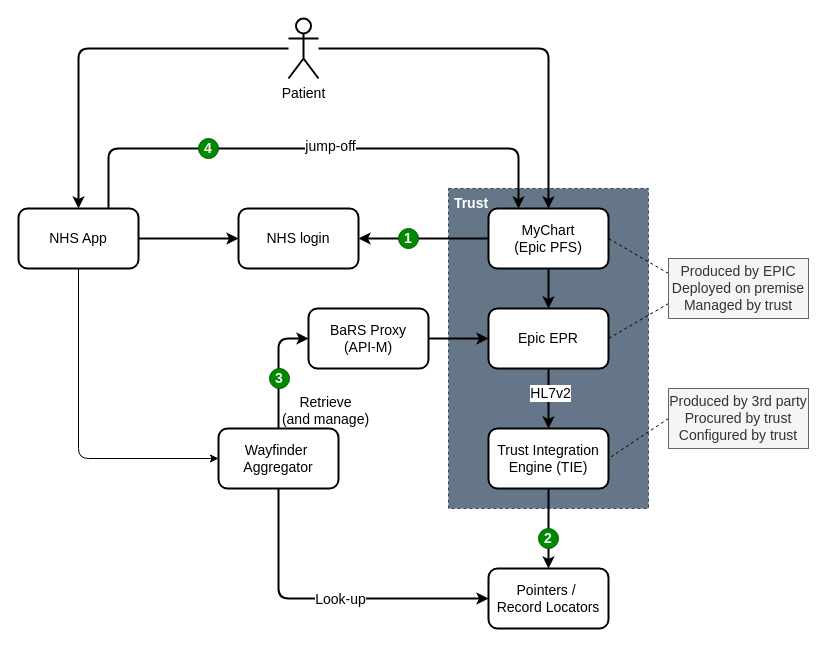
This is pages/images/Figure2.drawio from NHSDigital/nhse-epr-integration, a draw.io file, before an edit. Source tidied: cells renumbered, new cells numbered last; positions are measured from the earlier drawing's top-left corner, leaving out a move shared by most shapes. Both pictures are drawn from the tidied source at 100%, with x=0, y=0 at pixel (18, 18).
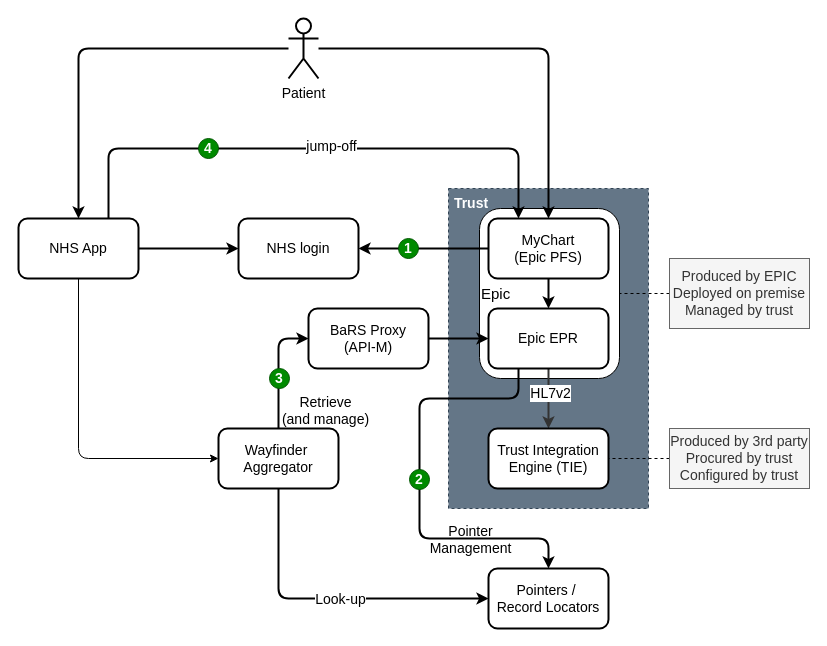
The same diagram, later.

Unchanged cells that the change refers to:
```xml
<mxCell id="5" value="Epic EPR" style="rounded=1;whiteSpace=wrap;html=1;strokeWidth=2;fontSize=14;" parent="1" vertex="1">
  <mxGeometry x="470" y="290" width="120" height="60" as="geometry" />
</mxCell>
<mxCell id="7" value="Trust Integration Engine (TIE)" style="rounded=1;whiteSpace=wrap;html=1;strokeWidth=2;fontSize=14;" parent="1" vertex="1">
  <mxGeometry x="470" y="410" width="120" height="60" as="geometry" />
</mxCell>
<mxCell id="13" value="Pointers /&amp;nbsp;&lt;div&gt;Record Locators&lt;/div&gt;" style="rounded=1;whiteSpace=wrap;html=1;strokeWidth=2;fontSize=14;" parent="1" vertex="1">
  <mxGeometry x="470" y="550" width="120" height="60" as="geometry" />
</mxCell>
```

The edit, as a diff of the source:
```diff
@@
+    <mxCell id="37" value="Epic" style="rounded=1;whiteSpace=wrap;html=1;fillColor=#FFFFFF;fontColor=#000000;align=left;fontSize=15;" parent="1" vertex="1">
+      <mxGeometry x="461" y="190" width="140" height="170" as="geometry" />
+    </mxCell>
-    <mxCell id="3" style="edgeStyle=orthogonalEdgeStyle;rounded=0;jettySize=auto;html=1;entryX=0.5;entryY=0;entryDx=0;entryDy=0;strokeWidth=2;fontSize=14;" parent="1" edge="1" source="5" target="7">
+    <mxCell id="3" style="edgeStyle=orthogonalEdgeStyle;rounded=0;jettySize=auto;html=1;entryX=0.5;entryY=0;entryDx=0;entryDy=0;strokeWidth=2;fontSize=14;strokeColor=#333333;" parent="1" edge="1" source="5" target="7">
       <mxGeometry relative="1" as="geometry" />
     </mxCell>
@@
-    <mxCell id="6" style="edgeStyle=orthogonalEdgeStyle;rounded=0;jettySize=auto;html=1;strokeWidth=2;fontSize=14;" parent="1" edge="1" source="7" target="13">
-      <mxGeometry relative="1" as="geometry" />
-    </mxCell>
@@
-    <mxCell id="8" style="rounded=0;jettySize=auto;html=1;entryX=1;entryY=0.5;entryDx=0;entryDy=0;endArrow=none;endFill=0;exitX=0;exitY=0.75;exitDx=0;exitDy=0;dashed=1;fontSize=14;" parent="1" edge="1" source="10" target="5">
-      <mxGeometry relative="1" as="geometry" />
-    </mxCell>
-    <mxCell id="9" style="rounded=0;jettySize=auto;html=1;entryX=1;entryY=0.5;entryDx=0;entryDy=0;endArrow=none;endFill=0;exitX=0;exitY=0.25;exitDx=0;exitDy=0;dashed=1;fontSize=14;" parent="1" edge="1" source="10" target="30">
-      <mxGeometry relative="1" as="geometry" />
-    </mxCell>
-    <mxCell id="10" value="Produced by EPIC&lt;div&gt;Deployed on premise&lt;/div&gt;&lt;div&gt;Managed by trust&lt;/div&gt;" style="rounded=0;whiteSpace=wrap;html=1;fillColor=#f5f5f5;fontColor=#333333;strokeColor=#666666;fontSize=14;" parent="1" vertex="1">
-      <mxGeometry x="650" y="240" width="140" height="60" as="geometry" />
-    </mxCell>
-    <mxCell id="11" style="rounded=0;jettySize=auto;html=1;entryX=1;entryY=0.5;entryDx=0;entryDy=0;endArrow=none;endFill=0;exitX=0;exitY=0.5;exitDx=0;exitDy=0;dashed=1;fontSize=14;" parent="1" edge="1" source="12" target="7">
-      <mxGeometry relative="1" as="geometry" />
-    </mxCell>
-    <mxCell id="12" value="Produced by 3rd party&lt;div&gt;Procured by trust&lt;br&gt;&lt;div&gt;Configured by trust&lt;/div&gt;&lt;/div&gt;" style="rounded=0;whiteSpace=wrap;html=1;fillColor=#f5f5f5;fontColor=#333333;strokeColor=#666666;fontSize=14;" parent="1" vertex="1">
-      <mxGeometry x="650" y="370" width="140" height="60" as="geometry" />
-    </mxCell>
@@
     <mxCell id="23" value="NHS App" style="rounded=1;whiteSpace=wrap;html=1;strokeWidth=2;fontSize=14;" parent="1" vertex="1">
-      <mxGeometry y="190" width="120" height="60" as="geometry" />
+      <mxGeometry y="200" width="120" height="60" as="geometry" />
     </mxCell>
     <mxCell id="24" value="NHS login" style="rounded=1;whiteSpace=wrap;html=1;strokeWidth=2;fontSize=14;" parent="1" vertex="1">
-      <mxGeometry x="220" y="190" width="120" height="60" as="geometry" />
+      <mxGeometry x="220" y="200" width="120" height="60" as="geometry" />
     </mxCell>
@@
     <mxCell id="30" value="MyChart&lt;div&gt;(Epic PFS)&lt;/div&gt;" style="rounded=1;whiteSpace=wrap;html=1;strokeWidth=2;fontSize=14;" parent="1" vertex="1">
-      <mxGeometry x="470" y="190" width="120" height="60" as="geometry" />
+      <mxGeometry x="470" y="200" width="120" height="60" as="geometry" />
     </mxCell>
     <mxCell id="31" value="1" style="ellipse;whiteSpace=wrap;html=1;fillColor=#008a00;strokeColor=#005700;fontSize=14;fontColor=#ffffff;fontStyle=1;" parent="1" vertex="1">
-      <mxGeometry x="380" y="210" width="20" height="20" as="geometry" />
+      <mxGeometry x="380" y="220" width="20" height="20" as="geometry" />
     </mxCell>
-    <mxCell id="32" value="2" style="ellipse;whiteSpace=wrap;html=1;fillColor=#008a00;strokeColor=#005700;fontSize=14;fontColor=#ffffff;fontStyle=1;" parent="1" vertex="1">
-      <mxGeometry x="520" y="510" width="20" height="20" as="geometry" />
-    </mxCell>
@@
+    <mxCell id="38" style="rounded=0;jettySize=auto;html=1;entryX=1;entryY=0.5;entryDx=0;entryDy=0;endArrow=none;endFill=0;exitX=0;exitY=0.5;exitDx=0;exitDy=0;dashed=1;fontSize=14;" parent="1" edge="1" source="10" target="37">
+      <mxGeometry relative="1" as="geometry" />
+    </mxCell>
+    <mxCell id="10" value="Produced by EPIC&lt;div&gt;Deployed on premise&lt;/div&gt;&lt;div&gt;Managed by trust&lt;/div&gt;" style="rounded=0;whiteSpace=wrap;html=1;fillColor=#f5f5f5;fontColor=#333333;strokeColor=#666666;fontSize=14;" parent="1" vertex="1">
+      <mxGeometry x="651" y="240" width="140" height="70" as="geometry" />
+    </mxCell>
+    <mxCell id="11" style="rounded=0;jettySize=auto;html=1;entryX=1;entryY=0.5;entryDx=0;entryDy=0;endArrow=none;endFill=0;exitX=0;exitY=0.5;exitDx=0;exitDy=0;dashed=1;fontSize=14;" parent="1" edge="1" source="12" target="7">
+      <mxGeometry relative="1" as="geometry" />
+    </mxCell>
+    <mxCell id="12" value="Produced by 3rd party&lt;div&gt;Procured by trust&lt;br&gt;&lt;div&gt;Configured by trust&lt;/div&gt;&lt;/div&gt;" style="rounded=0;whiteSpace=wrap;html=1;fillColor=#f5f5f5;fontColor=#333333;strokeColor=#666666;fontSize=14;" parent="1" vertex="1">
+      <mxGeometry x="651" y="410" width="140" height="60" as="geometry" />
+    </mxCell>
+    <mxCell id="39" style="edgeStyle=orthogonalEdgeStyle;html=1;fontSize=15;fontColor=#000000;strokeWidth=2;entryX=0.5;entryY=0;entryDx=0;entryDy=0;exitX=0.25;exitY=1;exitDx=0;exitDy=0;" parent="1" edge="1" source="5" target="13">
+      <mxGeometry relative="1" as="geometry">
+        <Array as="points">
+          <mxPoint x="500" y="380" />
+          <mxPoint x="401" y="380" />
+          <mxPoint x="401" y="520" />
+          <mxPoint x="530" y="520" />
+        </Array>
+      </mxGeometry>
+    </mxCell>
+    <mxCell id="32" value="2" style="ellipse;whiteSpace=wrap;html=1;fillColor=#008a00;strokeColor=#005700;fontSize=14;fontColor=#ffffff;fontStyle=1;" parent="1" vertex="1">
+      <mxGeometry x="391" y="451" width="20" height="20" as="geometry" />
+    </mxCell>
+    <mxCell id="40" value="Pointer&lt;br&gt;Management" style="edgeLabel;html=1;align=center;verticalAlign=middle;labelBackgroundColor=none;fontSize=14;" parent="1" vertex="1">
+      <mxGeometry x="451" y="520" as="geometry" />
+    </mxCell>
```
